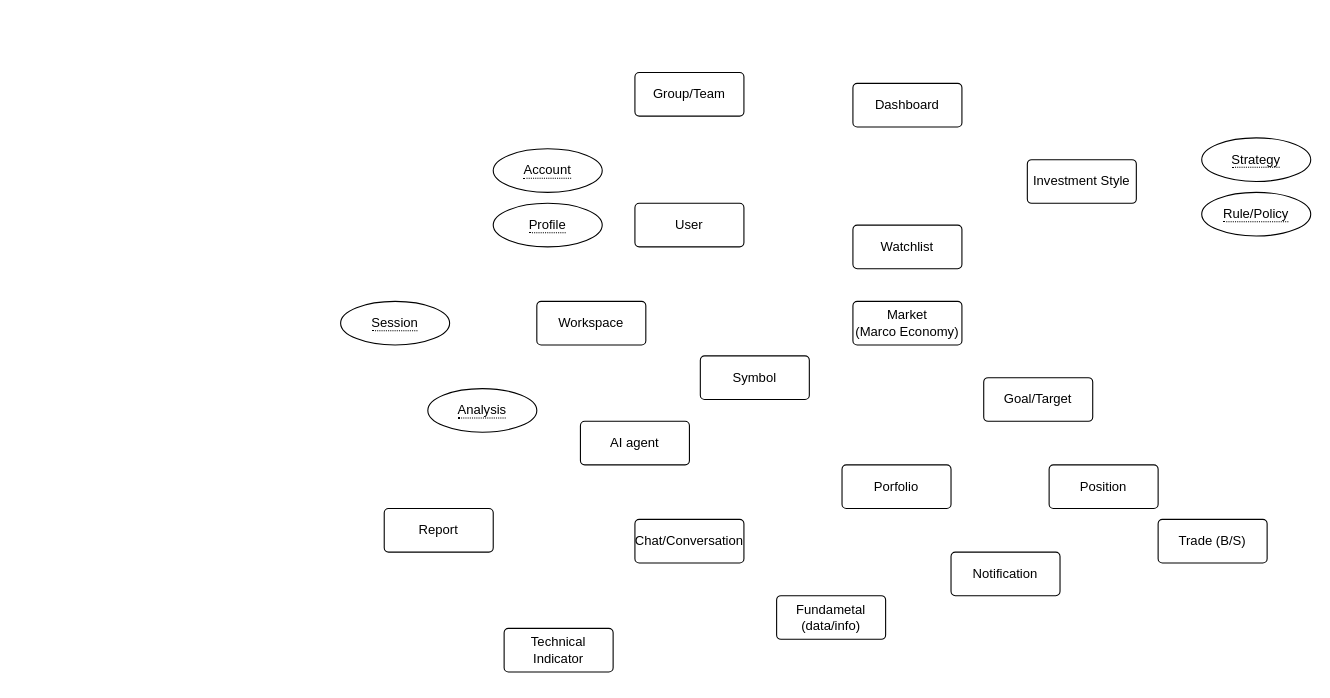
Before: page "Domain Objects" (1 of 2) of docs/High-level Design/High-level design.drawio in d-dragon/dp-stock-investment-assistant, a draw.io diagram. Source tidied: cells renumbered, new cells numbered last; positions are measured from the earlier drawing's top-left corner, leaving out a move shared by most shapes. Both pictures are drawn from the tidied source at 109%, with x=0, y=0 at pixel (340, 72).
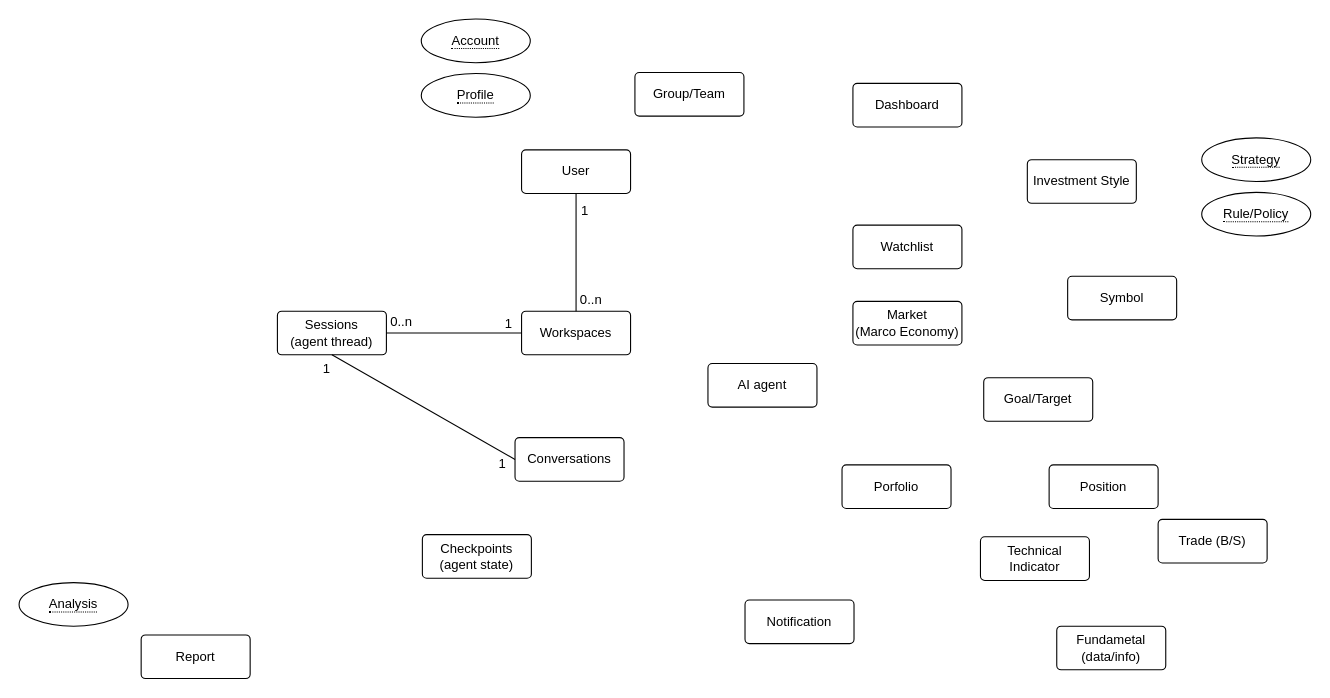
Above is the later version.

Commit message (it also covers changes not shown here):
feat+docs: Add memory solution document. Add schemas and designs for Langchain agent memory management

What changed in the source:
```diff
@@
     <mxCell id="2" value="User" style="rounded=1;arcSize=10;whiteSpace=wrap;html=1;align=center;" parent="1" vertex="1">
-      <mxGeometry x="270" y="120" width="100" height="40" as="geometry" />
+      <mxGeometry x="166" y="71" width="100" height="40" as="geometry" />
     </mxCell>
@@
     <mxCell id="7" value="&lt;span style=&quot;border-bottom: 1px dotted&quot;&gt;Profile&lt;/span&gt;" style="ellipse;whiteSpace=wrap;html=1;align=center;" parent="1" vertex="1">
-      <mxGeometry x="140" y="120" width="100" height="40" as="geometry" />
+      <mxGeometry x="74" y="1" width="100" height="40" as="geometry" />
     </mxCell>
     <mxCell id="8" value="&lt;span style=&quot;border-bottom: 1px dotted&quot;&gt;Account&lt;/span&gt;" style="ellipse;whiteSpace=wrap;html=1;align=center;" parent="1" vertex="1">
-      <mxGeometry x="140" y="70" width="100" height="40" as="geometry" />
+      <mxGeometry x="74" y="-49" width="100" height="40" as="geometry" />
     </mxCell>
@@
     <mxCell id="10" value="Symbol" style="rounded=1;arcSize=10;whiteSpace=wrap;html=1;align=center;" parent="1" vertex="1">
-      <mxGeometry x="330" y="260" width="100" height="40" as="geometry" />
+      <mxGeometry x="667" y="187" width="100" height="40" as="geometry" />
     </mxCell>
-    <mxCell id="11" value="Workspace" style="rounded=1;arcSize=10;whiteSpace=wrap;html=1;align=center;" parent="1" vertex="1">
-      <mxGeometry x="180" y="210" width="100" height="40" as="geometry" />
+    <mxCell id="11" value="Workspaces" style="rounded=1;arcSize=10;whiteSpace=wrap;html=1;align=center;" parent="1" vertex="1">
+      <mxGeometry x="166" y="219" width="100" height="40" as="geometry" />
     </mxCell>
-    <mxCell id="12" value="&lt;span style=&quot;border-bottom: 1px dotted&quot;&gt;Session&lt;/span&gt;" style="ellipse;whiteSpace=wrap;html=1;align=center;" parent="1" vertex="1">
-      <mxGeometry y="210" width="100" height="40" as="geometry" />
-    </mxCell>
     <mxCell id="13" value="Report" style="rounded=1;arcSize=10;whiteSpace=wrap;html=1;align=center;" parent="1" vertex="1">
-      <mxGeometry x="40" y="400" width="100" height="40" as="geometry" />
+      <mxGeometry x="-183" y="516" width="100" height="40" as="geometry" />
     </mxCell>
     <mxCell id="14" value="&lt;span style=&quot;border-bottom: 1px dotted&quot;&gt;Analysis&lt;/span&gt;" style="ellipse;whiteSpace=wrap;html=1;align=center;" parent="1" vertex="1">
-      <mxGeometry x="80" y="290" width="100" height="40" as="geometry" />
+      <mxGeometry x="-295" y="468" width="100" height="40" as="geometry" />
     </mxCell>
     <mxCell id="15" value="Fundametal (data/info)" style="rounded=1;arcSize=10;whiteSpace=wrap;html=1;align=center;" parent="1" vertex="1">
-      <mxGeometry x="400" y="480" width="100" height="40" as="geometry" />
+      <mxGeometry x="657" y="508" width="100" height="40" as="geometry" />
     </mxCell>
     <mxCell id="16" value="Technical Indicator" style="rounded=1;arcSize=10;whiteSpace=wrap;html=1;align=center;" parent="1" vertex="1">
-      <mxGeometry x="150" y="510" width="100" height="40" as="geometry" />
+      <mxGeometry x="587" y="426" width="100" height="40" as="geometry" />
     </mxCell>
     <mxCell id="17" value="AI agent" style="rounded=1;arcSize=10;whiteSpace=wrap;html=1;align=center;" parent="1" vertex="1">
-      <mxGeometry x="220" y="320" width="100" height="40" as="geometry" />
+      <mxGeometry x="337" y="267" width="100" height="40" as="geometry" />
     </mxCell>
@@
     <mxCell id="19" value="Notification" style="rounded=1;arcSize=10;whiteSpace=wrap;html=1;align=center;" parent="1" vertex="1">
-      <mxGeometry x="560" y="440" width="100" height="40" as="geometry" />
+      <mxGeometry x="371" y="484" width="100" height="40" as="geometry" />
     </mxCell>
@@
-    <mxCell id="21" value="Chat/Conversation" style="rounded=1;arcSize=10;whiteSpace=wrap;html=1;align=center;" parent="1" vertex="1">
-      <mxGeometry x="270" y="410" width="100" height="40" as="geometry" />
+    <mxCell id="21" value="Conversations" style="rounded=1;arcSize=10;whiteSpace=wrap;html=1;align=center;" parent="1" vertex="1">
+      <mxGeometry x="160" y="335" width="100" height="40" as="geometry" />
     </mxCell>
@@
+    <mxCell id="26" value="Sessions&lt;br&gt;&lt;div&gt;(agent thread)&lt;/div&gt;" style="rounded=1;arcSize=10;whiteSpace=wrap;html=1;align=center;" parent="1" vertex="1">
+      <mxGeometry x="-58" y="219" width="100" height="40" as="geometry" />
+    </mxCell>
+    <mxCell id="27" value="Checkpoints&lt;div&gt;(agent state)&lt;/div&gt;" style="rounded=1;arcSize=10;whiteSpace=wrap;html=1;align=center;" parent="1" vertex="1">
+      <mxGeometry x="75" y="424" width="100" height="40" as="geometry" />
+    </mxCell>
+    <mxCell id="28" style="endArrow=none;html=1;rounded=0;entryX=0.5;entryY=0;entryDx=0;entryDy=0;exitX=0.5;exitY=1;exitDx=0;exitDy=0;" parent="1" edge="1" source="2" target="11">
+      <mxGeometry relative="1" as="geometry" />
+    </mxCell>
+    <mxCell id="29" value="1" style="html=1;whiteSpace=wrap;align=left;verticalAlign=bottom;direction=south;" parent="28" vertex="1">
+      <mxGeometry x="-1" relative="1" as="geometry">
+        <mxPoint x="3" y="24" as="offset" />
+      </mxGeometry>
+    </mxCell>
+    <mxCell id="30" value="0..n" style="html=1;whiteSpace=wrap;align=right;verticalAlign=bottom;" parent="28" vertex="1">
+      <mxGeometry x="1" relative="1" as="geometry">
+        <mxPoint x="25" y="-2" as="offset" />
+      </mxGeometry>
+    </mxCell>
+    <mxCell id="31" style="endArrow=none;html=1;rounded=0;entryX=0;entryY=0.5;entryDx=0;entryDy=0;exitX=0.5;exitY=1;exitDx=0;exitDy=0;" parent="1" edge="1" source="26" target="21">
+      <mxGeometry relative="1" as="geometry" />
+    </mxCell>
+    <mxCell id="32" value="1" style="html=1;whiteSpace=wrap;align=left;verticalAlign=bottom;direction=south;" parent="31" vertex="1">
+      <mxGeometry x="-1" relative="1" as="geometry">
+        <mxPoint x="-10" y="21" as="offset" />
+      </mxGeometry>
+    </mxCell>
+    <mxCell id="33" value="1" style="html=1;whiteSpace=wrap;align=right;verticalAlign=bottom;" parent="31" vertex="1">
+      <mxGeometry x="1" relative="1" as="geometry">
+        <mxPoint x="-7" y="12" as="offset" />
+      </mxGeometry>
+    </mxCell>
+    <mxCell id="34" style="endArrow=none;html=1;rounded=0;entryX=1;entryY=0.5;entryDx=0;entryDy=0;exitX=0;exitY=0.5;exitDx=0;exitDy=0;" parent="1" edge="1" source="11" target="26">
+      <mxGeometry relative="1" as="geometry" />
+    </mxCell>
+    <mxCell id="35" value="1" style="html=1;whiteSpace=wrap;align=left;verticalAlign=bottom;direction=south;" parent="34" vertex="1">
+      <mxGeometry x="-1" relative="1" as="geometry">
+        <mxPoint x="-17" as="offset" />
+      </mxGeometry>
+    </mxCell>
+    <mxCell id="36" value="0..n" style="html=1;whiteSpace=wrap;align=right;verticalAlign=bottom;" parent="34" vertex="1">
+      <mxGeometry x="1" relative="1" as="geometry">
+        <mxPoint x="25" y="-2" as="offset" />
+      </mxGeometry>
+    </mxCell>
```
